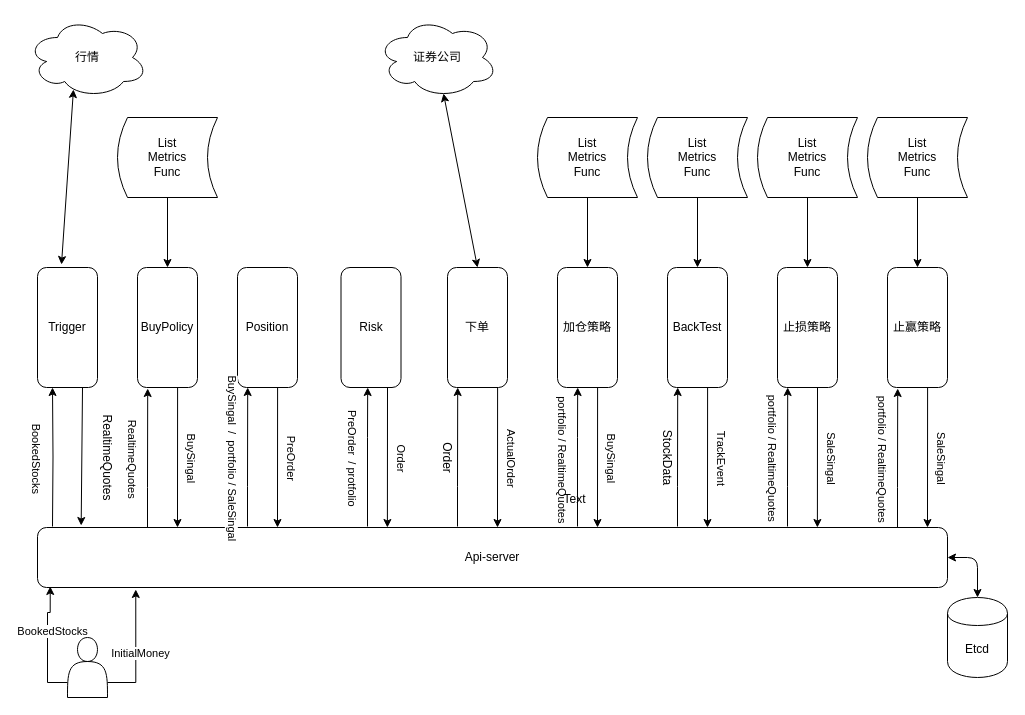
Above: model.drawio in charlesren/eagle (draw.io), before the change. Source tidied: cells renumbered, new cells numbered last; positions are measured from the earlier drawing's top-left corner, leaving out a move shared by most shapes. Both pictures are drawn from the tidied source at 100%, with x=0, y=0 at pixel (27, 17).
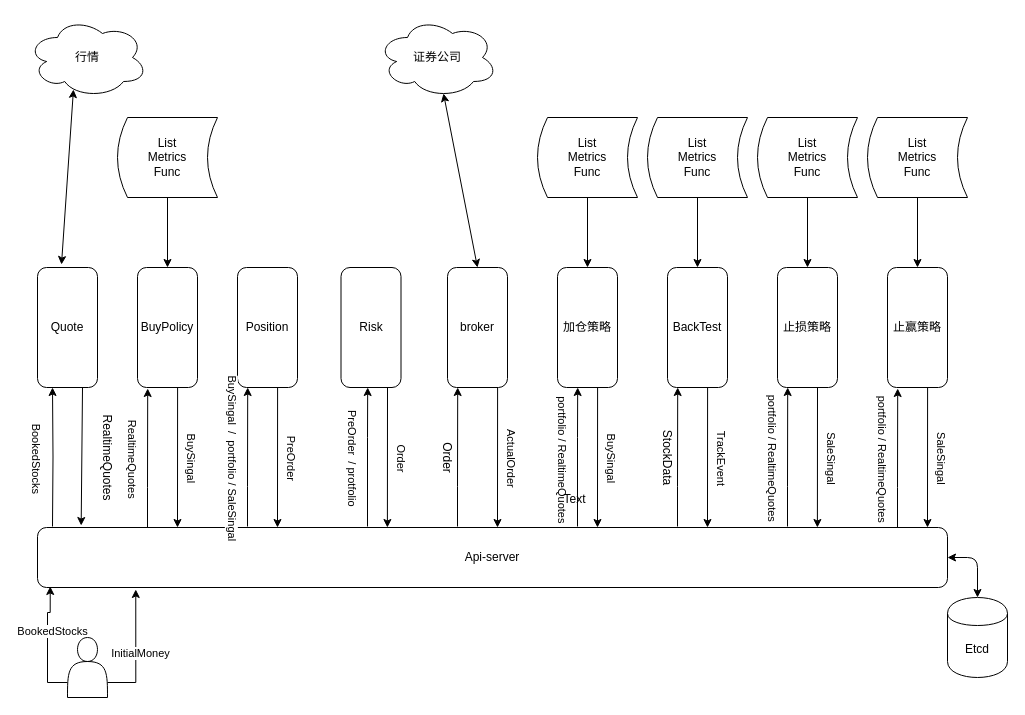
The same diagram, later.

What changed in the source:
```diff
@@
-    <mxCell id="2" value="Trigger" style="rounded=1;whiteSpace=wrap;html=1;direction=south;" parent="1" vertex="1">
+    <mxCell id="2" value="Quote" style="rounded=1;whiteSpace=wrap;html=1;direction=south;" parent="1" vertex="1">
       <mxGeometry x="10" y="250" width="60" height="120" as="geometry" />
     </mxCell>
@@
-    <mxCell id="29" value="下单" style="rounded=1;whiteSpace=wrap;html=1;direction=south;" parent="1" vertex="1">
+    <mxCell id="29" value="broker" style="rounded=1;whiteSpace=wrap;html=1;direction=south;" parent="1" vertex="1">
       <mxGeometry x="420" y="250" width="60" height="120" as="geometry" />
     </mxCell>
```
